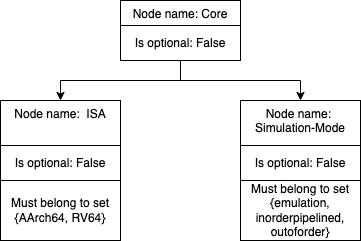
Earlier version of the draw.io export docs/sphinx/assets/expectations.png (UoB-HPC/SimEng). Source tidied: cells renumbered, new cells last; positions are measured from the earlier drawing's top-left corner, leaving out a move shared by most shapes. Source of this version:
```xml
<mxGraphModel>
  <root>
    <mxCell id="0" />
    <mxCell id="1" parent="0" />
    <mxCell id="2" value="Node name: Core" style="rounded=0;whiteSpace=wrap;html=1;verticalAlign=top;" parent="1" vertex="1">
      <mxGeometry x="120" width="120" height="60" as="geometry" />
    </mxCell>
    <mxCell id="3" value="Node name:&amp;nbsp; ISA" style="rounded=0;whiteSpace=wrap;html=1;verticalAlign=top;" parent="1" vertex="1">
      <mxGeometry y="100" width="120" height="90" as="geometry" />
    </mxCell>
    <mxCell id="4" value="Node name:&amp;nbsp; Simulation-Mode" style="rounded=0;whiteSpace=wrap;html=1;verticalAlign=top;" parent="1" vertex="1">
      <mxGeometry x="240" y="100" width="120" height="100" as="geometry" />
    </mxCell>
    <mxCell id="5" style="edgeStyle=orthogonalEdgeStyle;rounded=0;jettySize=auto;html=1;exitX=0.5;exitY=1;exitDx=0;exitDy=0;entryX=0.5;entryY=0;entryDx=0;entryDy=0;" parent="1" edge="1" source="7" target="3">
      <mxGeometry relative="1" as="geometry" />
    </mxCell>
    <mxCell id="6" style="edgeStyle=orthogonalEdgeStyle;rounded=0;jettySize=auto;html=1;exitX=0.5;exitY=1;exitDx=0;exitDy=0;entryX=0.5;entryY=0;entryDx=0;entryDy=0;" parent="1" edge="1" source="7" target="4">
      <mxGeometry relative="1" as="geometry" />
    </mxCell>
    <mxCell id="7" value="Is optional: False" style="rounded=0;whiteSpace=wrap;html=1;" parent="1" vertex="1">
      <mxGeometry x="120" y="25" width="120" height="35" as="geometry" />
    </mxCell>
    <mxCell id="8" value="Is optional: False" style="rounded=0;whiteSpace=wrap;html=1;" parent="1" vertex="1">
      <mxGeometry y="145" width="120" height="35" as="geometry" />
    </mxCell>
    <mxCell id="9" value="Is optional: False" style="rounded=0;whiteSpace=wrap;html=1;" parent="1" vertex="1">
      <mxGeometry x="240" y="145" width="120" height="35" as="geometry" />
    </mxCell>
    <mxCell id="10" value="Must belong to set {AArch64, RV64}" style="rounded=0;whiteSpace=wrap;html=1;" parent="1" vertex="1">
      <mxGeometry y="180" width="120" height="60" as="geometry" />
    </mxCell>
    <mxCell id="11" value="Must belong to set {emulation, inorderpipelined, outoforder}" style="rounded=0;whiteSpace=wrap;html=1;" parent="1" vertex="1">
      <mxGeometry x="240" y="180" width="120" height="60" as="geometry" />
    </mxCell>
  </root>
</mxGraphModel>
```
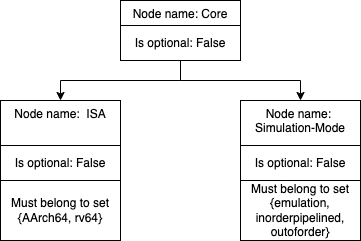
The same diagram one commit later.

Commit message:
Correct case for rv64 in png

Change to the diagram source:
```diff
@@ -26,7 +26,7 @@
     <mxCell id="9" value="Is optional: False" style="rounded=0;whiteSpace=wrap;html=1;" parent="1" vertex="1">
       <mxGeometry x="240" y="145" width="120" height="35" as="geometry" />
     </mxCell>
-    <mxCell id="10" value="Must belong to set {AArch64, RV64}" style="rounded=0;whiteSpace=wrap;html=1;" parent="1" vertex="1">
+    <mxCell id="10" value="Must belong to set {AArch64, rv64}" style="rounded=0;whiteSpace=wrap;html=1;" parent="1" vertex="1">
       <mxGeometry y="180" width="120" height="60" as="geometry" />
     </mxCell>
     <mxCell id="11" value="Must belong to set {emulation, inorderpipelined, outoforder}" style="rounded=0;whiteSpace=wrap;html=1;" parent="1" vertex="1">
```
